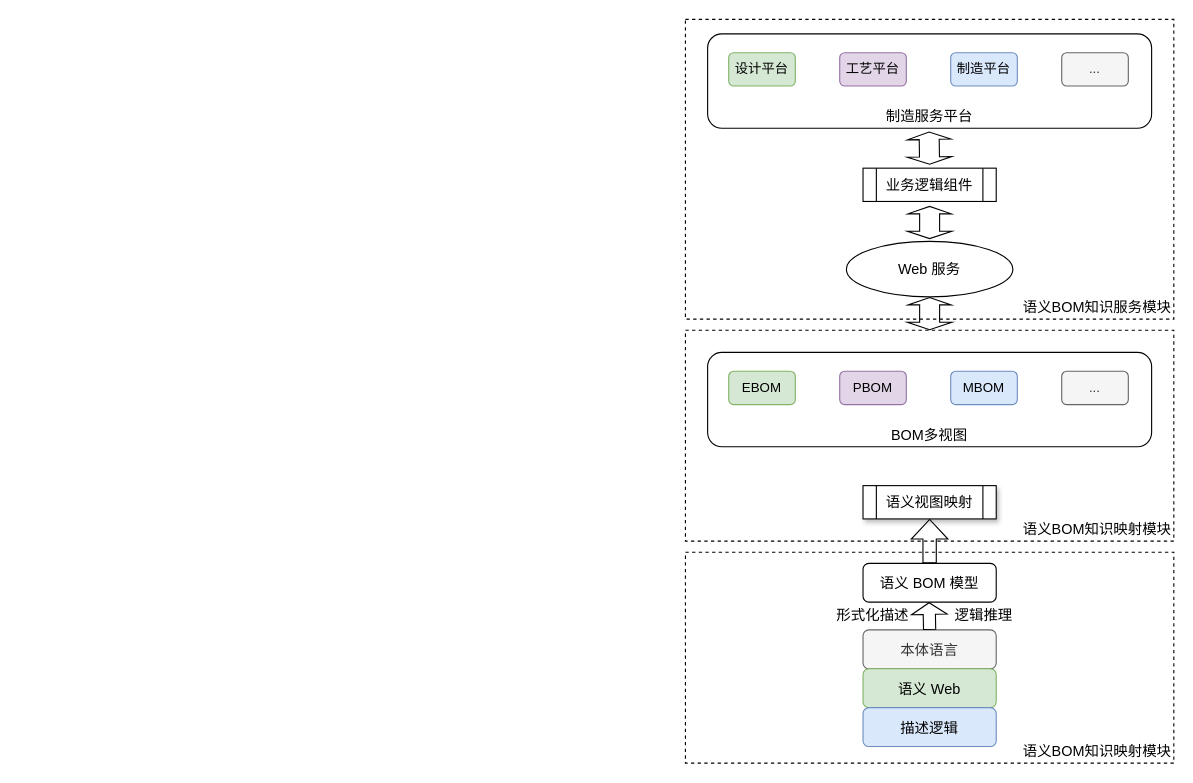
Above: BOM/Untitled Diagram.drawio in littlelittlemoon/DiagramsRepository (draw.io), before the change. Source tidied: cells renumbered, new cells numbered last; positions are measured from the earlier drawing's top-left corner, leaving out a move shared by most shapes. Both pictures are drawn from the tidied source at 111%, with x=0, y=0 at pixel (685, 19).
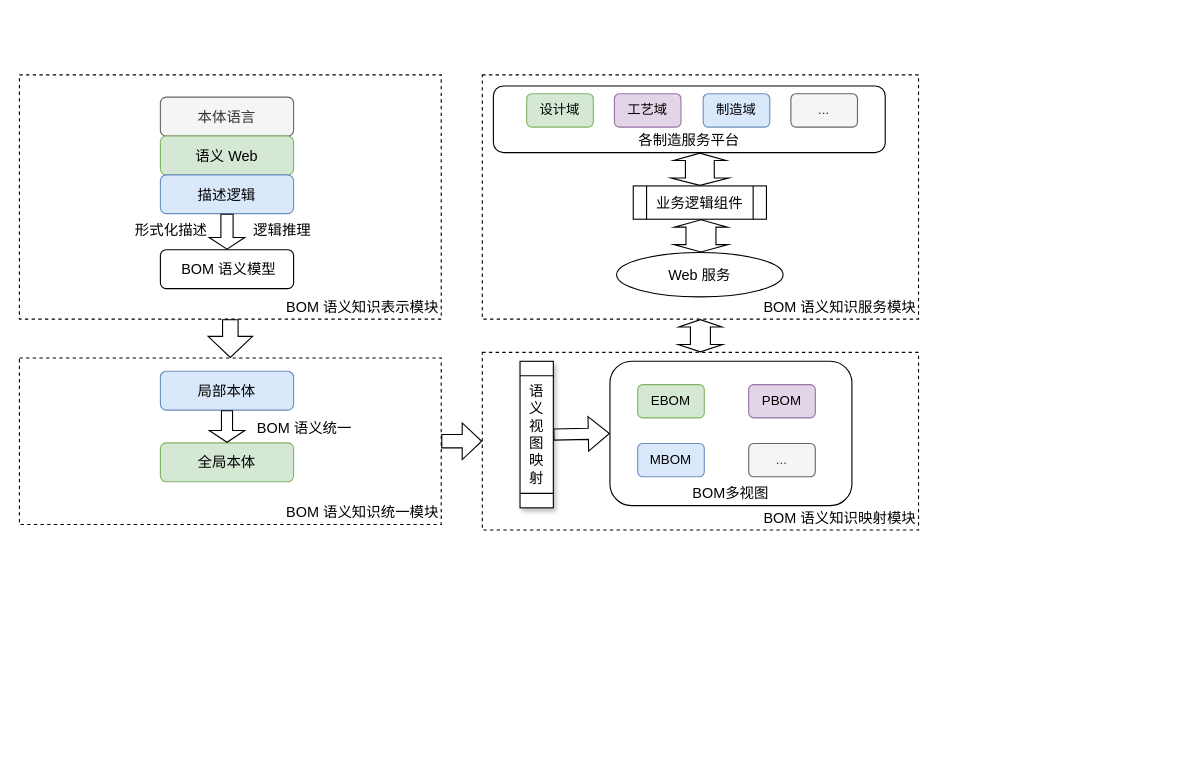
After the change.

The edit, as a diff of the source:
```diff
@@
-    <mxCell id="2" value="语义BOM知识服务模块" style="rounded=0;whiteSpace=wrap;html=1;fontSize=13;fillColor=none;verticalAlign=bottom;fontStyle=0;align=right;dashed=1;" parent="1" vertex="1">
-      <mxGeometry width="440" height="270" as="geometry" />
+    <mxCell id="2" value="BOM 语义知识服务模块" style="rounded=0;whiteSpace=wrap;html=1;fontSize=13;fillColor=none;verticalAlign=bottom;fontStyle=0;align=right;dashed=1;" parent="1" vertex="1">
+      <mxGeometry x="-183" y="50" width="393" height="220" as="geometry" />
     </mxCell>
-    <mxCell id="3" value="制造服务平台" style="rounded=1;whiteSpace=wrap;html=1;fillColor=none;verticalAlign=bottom;fontSize=13;fontStyle=0;" parent="1" vertex="1">
-      <mxGeometry x="20" y="13" width="400" height="85" as="geometry" />
+    <mxCell id="3" value="各制造服务平台" style="rounded=1;whiteSpace=wrap;html=1;fillColor=none;verticalAlign=bottom;fontSize=13;fontStyle=0;" parent="1" vertex="1">
+      <mxGeometry x="-173" y="60" width="353" height="60" as="geometry" />
     </mxCell>
-    <mxCell id="4" value="设计平台" style="rounded=1;whiteSpace=wrap;html=1;fillColor=#d5e8d4;strokeColor=#82b366;fontStyle=0;" parent="1" vertex="1">
-      <mxGeometry x="39" y="30" width="60" height="30" as="geometry" />
-    </mxCell>
-    <mxCell id="5" value="工艺平台" style="rounded=1;whiteSpace=wrap;html=1;fillColor=#e1d5e7;strokeColor=#9673a6;fontStyle=0;" parent="1" vertex="1">
-      <mxGeometry x="139" y="30" width="60" height="30" as="geometry" />
-    </mxCell>
-    <mxCell id="6" value="制造平台" style="rounded=1;whiteSpace=wrap;html=1;fillColor=#dae8fc;strokeColor=#6c8ebf;fontStyle=0;" parent="1" vertex="1">
-      <mxGeometry x="239" y="30" width="60" height="30" as="geometry" />
+    <mxCell id="6" value="制造域" style="rounded=1;whiteSpace=wrap;html=1;fillColor=#dae8fc;strokeColor=#6c8ebf;fontStyle=0;" parent="1" vertex="1">
+      <mxGeometry x="16" y="67" width="60" height="30" as="geometry" />
     </mxCell>
     <mxCell id="7" value="业务逻辑组件" style="shape=process;whiteSpace=wrap;html=1;backgroundOutline=1;fontSize=13;fontStyle=0;" parent="1" vertex="1">
-      <mxGeometry x="160" y="134" width="120" height="30" as="geometry" />
+      <mxGeometry x="-47" y="150" width="120" height="30" as="geometry" />
     </mxCell>
-    <mxCell id="8" value="Web 服务" style="ellipse;whiteSpace=wrap;html=1;fontSize=13;fillColor=none;fontStyle=0;" parent="1" vertex="1">
-      <mxGeometry x="145" y="200" width="150" height="50" as="geometry" />
-    </mxCell>
-    <mxCell id="9" style="shape=flexArrow;endArrow=classic;startArrow=classic;html=1;rounded=0;fontSize=13;width=18;endSize=1.88;startSize=1.88;startWidth=21;fontStyle=0;" parent="1" edge="1">
+    <mxCell id="9" style="shape=flexArrow;endArrow=classic;startArrow=classic;html=1;rounded=0;fontSize=13;width=26;endSize=1.88;startSize=1.88;startWidth=25;fontStyle=0;exitX=0.5;exitY=0;exitDx=0;exitDy=0;" parent="1" edge="1">
       <mxGeometry relative="1" as="geometry">
-        <mxPoint x="220" y="131" as="sourcePoint" />
-        <mxPoint x="219.5" y="101" as="targetPoint" />
+        <mxPoint x="13" y="150" as="sourcePoint" />
+        <mxPoint x="13" y="120" as="targetPoint" />
       </mxGeometry>
     </mxCell>
-    <mxCell id="10" style="shape=flexArrow;endArrow=classic;startArrow=classic;html=1;rounded=0;fontSize=13;width=18;endSize=1.88;startSize=1.88;startWidth=21;exitX=0.5;exitY=0;exitDx=0;exitDy=0;fontStyle=0;" parent="1" edge="1">
+    <mxCell id="10" style="shape=flexArrow;endArrow=classic;startArrow=classic;html=1;rounded=0;fontSize=13;width=27;endSize=1.88;startSize=1.88;startWidth=21;fontStyle=0;exitX=0.5;exitY=0;exitDx=0;exitDy=0;" parent="1" edge="1">
       <mxGeometry relative="1" as="geometry">
-        <mxPoint x="220" y="198" as="sourcePoint" />
-        <mxPoint x="220" y="168" as="targetPoint" />
+        <mxPoint x="14" y="210" as="sourcePoint" />
+        <mxPoint x="14" y="180" as="targetPoint" />
       </mxGeometry>
     </mxCell>
-    <mxCell id="11" value="语义BOM知识映射模块" style="rounded=0;whiteSpace=wrap;html=1;fontSize=13;fillColor=none;verticalAlign=bottom;fontStyle=0;align=right;dashed=1;" parent="1" vertex="1">
-      <mxGeometry y="280" width="440" height="190" as="geometry" />
+    <mxCell id="11" value="BOM 语义知识映射模块" style="rounded=0;whiteSpace=wrap;html=1;fontSize=13;fillColor=none;verticalAlign=bottom;fontStyle=0;align=right;dashed=1;" parent="1" vertex="1">
+      <mxGeometry x="-183" y="300" width="393" height="160" as="geometry" />
     </mxCell>
     <mxCell id="12" value="BOM多视图" style="rounded=1;whiteSpace=wrap;html=1;fillColor=none;verticalAlign=bottom;fontSize=13;fontStyle=0;" parent="1" vertex="1">
-      <mxGeometry x="20" y="300" width="400" height="85" as="geometry" />
+      <mxGeometry x="-68" y="308" width="218" height="130" as="geometry" />
     </mxCell>
     <mxCell id="13" value="MBOM" style="rounded=1;whiteSpace=wrap;html=1;fillColor=#dae8fc;strokeColor=#6c8ebf;fontStyle=0;" parent="1" vertex="1">
-      <mxGeometry x="239" y="317" width="60" height="30" as="geometry" />
+      <mxGeometry x="-43" y="382" width="60" height="30" as="geometry" />
     </mxCell>
     <mxCell id="14" value="PBOM" style="rounded=1;whiteSpace=wrap;html=1;fillColor=#e1d5e7;strokeColor=#9673a6;fontStyle=0;" parent="1" vertex="1">
-      <mxGeometry x="139" y="317" width="60" height="30" as="geometry" />
+      <mxGeometry x="57" y="329" width="60" height="30" as="geometry" />
     </mxCell>
     <mxCell id="15" value="EBOM" style="rounded=1;whiteSpace=wrap;html=1;fillColor=#d5e8d4;strokeColor=#82b366;fontStyle=0;" parent="1" vertex="1">
-      <mxGeometry x="39" y="317" width="60" height="30" as="geometry" />
+      <mxGeometry x="-43" y="329" width="60" height="30" as="geometry" />
     </mxCell>
     <mxCell id="16" value="..." style="rounded=1;whiteSpace=wrap;html=1;fillColor=#f5f5f5;strokeColor=#666666;fontStyle=0;fontColor=#333333;" parent="1" vertex="1">
-      <mxGeometry x="339" y="30" width="60" height="30" as="geometry" />
+      <mxGeometry x="95" y="67" width="60" height="30" as="geometry" />
     </mxCell>
     <mxCell id="17" value="..." style="rounded=1;whiteSpace=wrap;html=1;fillColor=#f5f5f5;strokeColor=#666666;fontStyle=0;fontColor=#333333;" parent="1" vertex="1">
-      <mxGeometry x="339" y="317" width="60" height="30" as="geometry" />
+      <mxGeometry x="57" y="382" width="60" height="30" as="geometry" />
     </mxCell>
-    <mxCell id="18" value="语义视图映射" style="shape=process;whiteSpace=wrap;html=1;backgroundOutline=1;fontSize=13;fontStyle=0;shadow=1;" parent="1" vertex="1">
-      <mxGeometry x="160" y="420" width="120" height="30" as="geometry" />
+    <mxCell id="18" value="语&lt;br&gt;义&lt;br&gt;视&lt;br&gt;图&lt;br&gt;映&lt;br&gt;射" style="shape=process;whiteSpace=wrap;html=1;backgroundOutline=1;fontSize=13;fontStyle=0;shadow=1;rotation=90;horizontal=0;" parent="1" vertex="1">
+      <mxGeometry x="-200" y="359" width="132" height="30" as="geometry" />
     </mxCell>
-    <mxCell id="19" style="shape=flexArrow;endArrow=classic;startArrow=classic;html=1;rounded=0;fontSize=13;width=18;endSize=1.88;startSize=1.88;startWidth=21;entryX=0.5;entryY=1;entryDx=0;entryDy=0;fontStyle=0;" parent="1" edge="1" source="11" target="8">
+    <mxCell id="19" style="shape=flexArrow;endArrow=classic;startArrow=classic;html=1;rounded=0;fontSize=13;width=18;endSize=1.88;startSize=1.88;startWidth=21;entryX=0.5;entryY=1;entryDx=0;entryDy=0;fontStyle=0;" parent="1" edge="1" source="11" target="2">
       <mxGeometry relative="1" as="geometry" />
     </mxCell>
-    <mxCell id="20" value="语义BOM知识映射模块" style="rounded=0;whiteSpace=wrap;html=1;fontSize=13;fillColor=none;verticalAlign=bottom;fontStyle=0;align=right;dashed=1;" parent="1" vertex="1">
-      <mxGeometry y="480" width="440" height="190" as="geometry" />
+    <mxCell id="20" value="BOM 语义知识统一模块" style="rounded=0;whiteSpace=wrap;html=1;fontSize=13;fillColor=none;verticalAlign=bottom;fontStyle=0;align=right;dashed=1;" parent="1" vertex="1">
+      <mxGeometry x="-600" y="305" width="380" height="150" as="geometry" />
     </mxCell>
-    <mxCell id="21" style="edgeStyle=orthogonalEdgeStyle;rounded=0;jettySize=auto;html=1;fontSize=13;shape=flexArrow;width=12;endSize=5.53;fontStyle=0;" parent="1" edge="1" source="22" target="18">
+    <mxCell id="21" style="edgeStyle=orthogonalEdgeStyle;rounded=0;jettySize=auto;html=1;fontSize=13;shape=flexArrow;width=12;endSize=5.53;fontStyle=0;exitX=1;exitY=0.5;exitDx=0;exitDy=0;entryX=0;entryY=0.5;entryDx=0;entryDy=0;" parent="1" edge="1" source="20" target="11">
       <mxGeometry relative="1" as="geometry" />
     </mxCell>
-    <mxCell id="22" value="语义 BOM 模型" style="rounded=1;whiteSpace=wrap;html=1;fontSize=13;fontStyle=0;" parent="1" vertex="1">
-      <mxGeometry x="160" y="490" width="120" height="35" as="geometry" />
-    </mxCell>
-    <mxCell id="23" value="本体语言" style="rounded=1;whiteSpace=wrap;html=1;fontSize=13;fillColor=#f5f5f5;fontStyle=0;fontColor=#333333;strokeColor=#666666;" parent="1" vertex="1">
-      <mxGeometry x="160" y="550" width="120" height="35" as="geometry" />
-    </mxCell>
-    <mxCell id="24" value="语义 Web" style="rounded=1;whiteSpace=wrap;html=1;fontSize=13;fillColor=#d5e8d4;fontStyle=0;strokeColor=#82b366;" parent="1" vertex="1">
-      <mxGeometry x="160" y="585" width="120" height="35" as="geometry" />
+    <mxCell id="24" value="全局本体" style="rounded=1;whiteSpace=wrap;html=1;fontSize=13;fillColor=#d5e8d4;fontStyle=0;strokeColor=#82b366;" parent="1" vertex="1">
+      <mxGeometry x="-473" y="381.5" width="120" height="35" as="geometry" />
     </mxCell>
-    <mxCell id="25" value="描述逻辑" style="rounded=1;whiteSpace=wrap;html=1;fontSize=13;fillColor=#dae8fc;fontStyle=0;strokeColor=#6c8ebf;" parent="1" vertex="1">
-      <mxGeometry x="160" y="620" width="120" height="35" as="geometry" />
+    <mxCell id="25" value="局部本体" style="rounded=1;whiteSpace=wrap;html=1;fontSize=13;fillColor=#dae8fc;fontStyle=0;strokeColor=#6c8ebf;" parent="1" vertex="1">
+      <mxGeometry x="-473" y="317" width="120" height="35" as="geometry" />
     </mxCell>
-    <mxCell id="26" style="edgeStyle=orthogonalEdgeStyle;rounded=0;orthogonalLoop=1;jettySize=auto;html=1;fontSize=13;shape=flexArrow;width=11;endSize=3.16;fontStyle=0;" parent="1" edge="1">
-      <mxGeometry relative="1" as="geometry">
-        <mxPoint x="220" y="550" as="sourcePoint" />
-        <mxPoint x="219.5" y="525" as="targetPoint" />
-      </mxGeometry>
-    </mxCell>
+    <mxCell id="28" value="BOM 语义统一" style="rounded=0;whiteSpace=wrap;html=1;shadow=0;fontSize=13;strokeWidth=0;fillColor=none;strokeColor=none;fontStyle=0;" parent="1" vertex="1">
+      <mxGeometry x="-403" y="357.5" width="120" height="20" as="geometry" />
+    </mxCell>
+    <mxCell id="29" value="BOM 语义知识表示模块" style="rounded=0;whiteSpace=wrap;html=1;fontSize=13;fillColor=none;verticalAlign=bottom;fontStyle=0;align=right;dashed=1;" parent="1" vertex="1">
+      <mxGeometry x="-600" y="50" width="380" height="220" as="geometry" />
+    </mxCell>
+    <mxCell id="30" value="&amp;nbsp;BOM 语义模型" style="rounded=1;whiteSpace=wrap;html=1;fontSize=13;fontStyle=0;" parent="1" vertex="1">
+      <mxGeometry x="-473" y="207.5" width="120" height="35" as="geometry" />
+    </mxCell>
+    <mxCell id="23" value="本体语言" style="rounded=1;whiteSpace=wrap;html=1;fontSize=13;fillColor=#f5f5f5;fontStyle=0;fontColor=#333333;strokeColor=#666666;" parent="1" vertex="1">
+      <mxGeometry x="-473" y="70" width="120" height="35" as="geometry" />
+    </mxCell>
+    <mxCell id="31" value="语义 Web" style="rounded=1;whiteSpace=wrap;html=1;fontSize=13;fillColor=#d5e8d4;fontStyle=0;strokeColor=#82b366;" parent="1" vertex="1">
+      <mxGeometry x="-473" y="105" width="120" height="35" as="geometry" />
+    </mxCell>
+    <mxCell id="32" value="描述逻辑" style="rounded=1;whiteSpace=wrap;html=1;fontSize=13;fillColor=#dae8fc;fontStyle=0;strokeColor=#6c8ebf;" parent="1" vertex="1">
+      <mxGeometry x="-473" y="140" width="120" height="35" as="geometry" />
+    </mxCell>
+    <mxCell id="33" style="edgeStyle=orthogonalEdgeStyle;rounded=0;jettySize=auto;html=1;fontSize=13;shape=flexArrow;width=11;endSize=3.16;fontStyle=0;exitX=0.5;exitY=1;exitDx=0;exitDy=0;entryX=0.5;entryY=0;entryDx=0;entryDy=0;" parent="1" edge="1" source="32" target="30">
+      <mxGeometry relative="1" as="geometry" />
+    </mxCell>
     <mxCell id="27" value="形式化描述" style="rounded=0;whiteSpace=wrap;html=1;shadow=0;fontSize=13;strokeWidth=1;fillColor=none;strokeColor=none;fontStyle=0;" parent="1" vertex="1">
-      <mxGeometry x="109" y="527" width="120" height="20" as="geometry" />
+      <mxGeometry x="-523" y="180" width="120" height="20" as="geometry" />
     </mxCell>
-    <mxCell id="28" value="逻辑推理" style="rounded=0;whiteSpace=wrap;html=1;shadow=0;fontSize=13;strokeWidth=0;fillColor=none;strokeColor=none;fontStyle=0;" parent="1" vertex="1">
-      <mxGeometry x="209" y="527" width="120" height="20" as="geometry" />
-    </mxCell>
+    <mxCell id="34" value="逻辑推理" style="rounded=0;whiteSpace=wrap;html=1;shadow=0;fontSize=13;strokeWidth=0;fillColor=none;strokeColor=none;fontStyle=0;" parent="1" vertex="1">
+      <mxGeometry x="-423" y="180" width="120" height="20" as="geometry" />
+    </mxCell>
+    <mxCell id="35" style="shape=flexArrow;endArrow=classic;html=1;rounded=0;exitX=0.5;exitY=1;exitDx=0;exitDy=0;endWidth=21;endSize=3.23;" parent="1" edge="1" source="25" target="24">
+      <mxGeometry relative="1" as="geometry" />
+    </mxCell>
+    <mxCell id="36" style="shape=flexArrow;endArrow=classic;html=1;rounded=0;exitX=0.5;exitY=1;exitDx=0;exitDy=0;entryX=0.5;entryY=0;entryDx=0;entryDy=0;endWidth=25;endSize=6;width=14;" parent="1" edge="1" source="29" target="20">
+      <mxGeometry relative="1" as="geometry" />
+    </mxCell>
+    <mxCell id="37" value="设计域" style="rounded=1;whiteSpace=wrap;html=1;fillColor=#d5e8d4;strokeColor=#82b366;fontStyle=0;" parent="1" vertex="1">
+      <mxGeometry x="-143" y="67" width="60" height="30" as="geometry" />
+    </mxCell>
+    <mxCell id="38" value="工艺域" style="rounded=1;whiteSpace=wrap;html=1;fillColor=#e1d5e7;strokeColor=#9673a6;fontStyle=0;" parent="1" vertex="1">
+      <mxGeometry x="-64" y="67" width="60" height="30" as="geometry" />
+    </mxCell>
+    <mxCell id="39" style="shape=flexArrow;endArrow=classic;html=1;rounded=0;entryX=0;entryY=0.5;entryDx=0;entryDy=0;exitX=0.5;exitY=0;exitDx=0;exitDy=0;" parent="1" edge="1" source="18" target="12">
+      <mxGeometry relative="1" as="geometry" />
+    </mxCell>
+    <mxCell id="8" value="Web 服务" style="ellipse;whiteSpace=wrap;html=1;fontSize=13;fillColor=none;fontStyle=0;" parent="1" vertex="1">
+      <mxGeometry x="-62" y="210" width="150" height="40" as="geometry" />
+    </mxCell>
```
